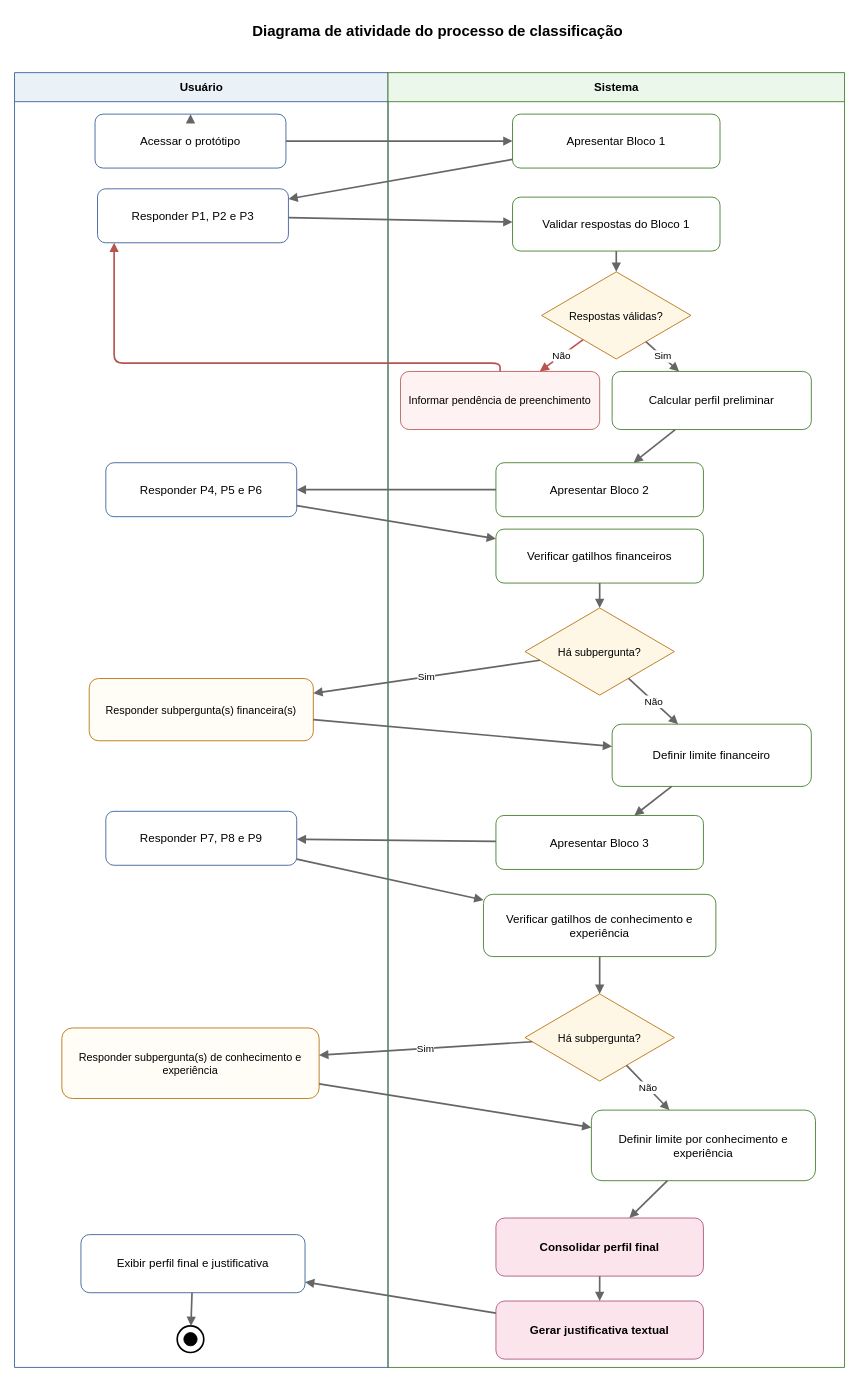
Before: docs/diagramas/figura-6-atividade.drawio in Gilleade/tcc-perfil-investidor, a draw.io diagram. Source tidied: cells renumbered, new cells numbered last; positions are measured from the earlier drawing's top-left corner, leaving out a move shared by most shapes. Both pictures are drawn from the tidied source at 83%, with x=0, y=0 at pixel (14, 14).
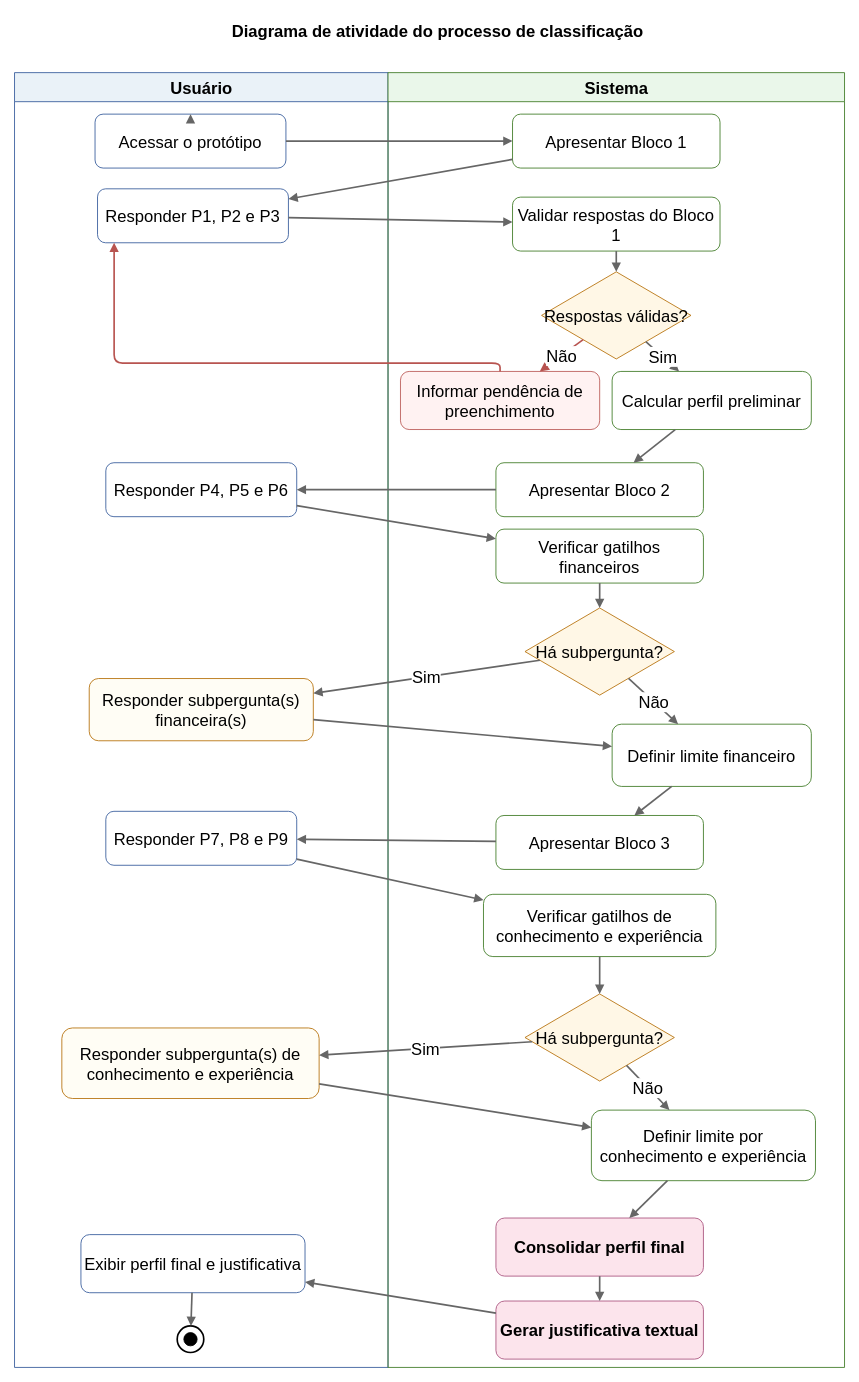
After the change.

What changed in the source:
```diff
@@
-    <mxCell id="2" value="Diagrama de atividade do processo de classificação" style="text;html=1;strokeColor=none;fillColor=none;align=center;verticalAlign=middle;whiteSpace=wrap;fontSize=18;fontStyle=1;" parent="1" vertex="1">
+    <mxCell id="2" value="Diagrama de atividade do processo de classificação" style="text;html=1;strokeColor=none;fillColor=none;align=center;verticalAlign=middle;whiteSpace=wrap;fontSize=20;fontStyle=1;" parent="1" vertex="1">
       <mxGeometry x="160" width="700" height="40" as="geometry" />
     </mxCell>
-    <mxCell id="3" value="Usuário" style="swimlane;horizontal=1;startSize=35;rounded=0;html=1;fillColor=#EAF2F8;strokeColor=#2F5597;fontStyle=1;fontSize=14;" parent="1" vertex="1">
+    <mxCell id="3" value="Usuário" style="swimlane;horizontal=1;startSize=35;rounded=0;html=1;fillColor=#EAF2F8;strokeColor=#2F5597;fontStyle=1;fontSize=20;" parent="1" vertex="1">
       <mxGeometry y="70" width="450" height="1560" as="geometry" />
     </mxCell>
@@
-    <mxCell id="5" value="Acessar o protótipo" style="rounded=1;whiteSpace=wrap;html=1;fillColor=#FFFFFF;strokeColor=#2F5597;fontSize=14;" parent="3" vertex="1">
+    <mxCell id="5" value="Acessar o protótipo" style="rounded=1;whiteSpace=wrap;html=1;fillColor=#FFFFFF;strokeColor=#2F5597;fontSize=20;" parent="3" vertex="1">
       <mxGeometry x="97" y="50" width="230" height="65" as="geometry" />
     </mxCell>
-    <mxCell id="6" value="Responder P1, P2 e P3" style="rounded=1;whiteSpace=wrap;html=1;fillColor=#FFFFFF;strokeColor=#2F5597;fontSize=14;" parent="3" vertex="1">
+    <mxCell id="6" value="Responder P1, P2 e P3" style="rounded=1;whiteSpace=wrap;html=1;fillColor=#FFFFFF;strokeColor=#2F5597;fontSize=20;" parent="3" vertex="1">
       <mxGeometry x="100" y="140" width="230" height="65" as="geometry" />
     </mxCell>
-    <mxCell id="7" value="Responder P4, P5 e P6" style="rounded=1;whiteSpace=wrap;html=1;fillColor=#FFFFFF;strokeColor=#2F5597;fontSize=14;" parent="3" vertex="1">
+    <mxCell id="7" value="Responder P4, P5 e P6" style="rounded=1;whiteSpace=wrap;html=1;fillColor=#FFFFFF;strokeColor=#2F5597;fontSize=20;" parent="3" vertex="1">
       <mxGeometry x="110" y="470" width="230" height="65" as="geometry" />
     </mxCell>
-    <mxCell id="8" value="Responder subpergunta(s) financeira(s)" style="rounded=1;whiteSpace=wrap;html=1;fillColor=#FFFDF5;strokeColor=#B36B00;fontSize=13;" parent="3" vertex="1">
+    <mxCell id="8" value="Responder subpergunta(s) financeira(s)" style="rounded=1;whiteSpace=wrap;html=1;fillColor=#FFFDF5;strokeColor=#B36B00;fontSize=20;" parent="3" vertex="1">
       <mxGeometry x="90" y="730" width="270" height="75" as="geometry" />
     </mxCell>
-    <mxCell id="9" value="Responder P7, P8 e P9" style="rounded=1;whiteSpace=wrap;html=1;fillColor=#FFFFFF;strokeColor=#2F5597;fontSize=14;" parent="3" vertex="1">
+    <mxCell id="9" value="Responder P7, P8 e P9" style="rounded=1;whiteSpace=wrap;html=1;fillColor=#FFFFFF;strokeColor=#2F5597;fontSize=20;" parent="3" vertex="1">
       <mxGeometry x="110" y="890" width="230" height="65" as="geometry" />
     </mxCell>
-    <mxCell id="10" value="Responder subpergunta(s) de conhecimento e experiência" style="rounded=1;whiteSpace=wrap;html=1;fillColor=#FFFDF5;strokeColor=#B36B00;fontSize=13;" parent="3" vertex="1">
+    <mxCell id="10" value="&lt;font style=&quot;font-size: 20px;&quot;&gt;Responder subpergunta(s) de conhecimento e experiência&lt;/font&gt;" style="rounded=1;whiteSpace=wrap;html=1;fillColor=#FFFDF5;strokeColor=#B36B00;fontSize=13;" parent="3" vertex="1">
       <mxGeometry x="57" y="1151" width="310" height="85" as="geometry" />
     </mxCell>
-    <mxCell id="11" value="Exibir perfil final e justificativa" style="rounded=1;whiteSpace=wrap;html=1;fillColor=#FFFFFF;strokeColor=#2F5597;fontSize=14;" parent="3" vertex="1">
+    <mxCell id="11" value="Exibir perfil final e justificativa" style="rounded=1;whiteSpace=wrap;html=1;fillColor=#FFFFFF;strokeColor=#2F5597;fontSize=20;" parent="3" vertex="1">
       <mxGeometry x="80" y="1400" width="270" height="70" as="geometry" />
     </mxCell>
@@
-    <mxCell id="15" value="Sistema" style="swimlane;horizontal=1;startSize=35;rounded=0;html=1;fillColor=#EAF7EA;strokeColor=#38761D;fontStyle=1;fontSize=14;" parent="1" vertex="1">
+    <mxCell id="15" value="Sistema" style="swimlane;horizontal=1;startSize=35;rounded=0;html=1;fillColor=#EAF7EA;strokeColor=#38761D;fontStyle=1;fontSize=20;" parent="1" vertex="1">
       <mxGeometry x="450" y="70" width="550" height="1560" as="geometry" />
     </mxCell>
-    <mxCell id="16" value="Apresentar Bloco 1" style="rounded=1;whiteSpace=wrap;html=1;fillColor=#FFFFFF;strokeColor=#38761D;fontSize=14;" parent="15" vertex="1">
+    <mxCell id="16" value="Apresentar Bloco 1" style="rounded=1;whiteSpace=wrap;html=1;fillColor=#FFFFFF;strokeColor=#38761D;fontSize=20;" parent="15" vertex="1">
       <mxGeometry x="150" y="50" width="250" height="65" as="geometry" />
     </mxCell>
-    <mxCell id="17" value="Validar respostas do Bloco 1" style="rounded=1;whiteSpace=wrap;html=1;fillColor=#FFFFFF;strokeColor=#38761D;fontSize=14;" parent="15" vertex="1">
+    <mxCell id="17" value="Validar respostas do Bloco 1" style="rounded=1;whiteSpace=wrap;html=1;fillColor=#FFFFFF;strokeColor=#38761D;fontSize=20;" parent="15" vertex="1">
       <mxGeometry x="150" y="150" width="250" height="65" as="geometry" />
     </mxCell>
-    <mxCell id="18" value="Respostas válidas?" style="rhombus;whiteSpace=wrap;html=1;fillColor=#FFF7E6;strokeColor=#B36B00;fontSize=13;" parent="15" vertex="1">
+    <mxCell id="18" value="Respostas válidas?" style="rhombus;whiteSpace=wrap;html=1;fillColor=#FFF7E6;strokeColor=#B36B00;fontSize=20;" parent="15" vertex="1">
       <mxGeometry x="185" y="240" width="180" height="105" as="geometry" />
     </mxCell>
-    <mxCell id="19" value="Informar pendência de preenchimento" style="rounded=1;whiteSpace=wrap;html=1;fillColor=#FFF2F2;strokeColor=#B85450;fontSize=13;" parent="15" vertex="1">
+    <mxCell id="19" value="Informar pendência de preenchimento" style="rounded=1;whiteSpace=wrap;html=1;fillColor=#FFF2F2;strokeColor=#B85450;fontSize=20;" parent="15" vertex="1">
       <mxGeometry x="15" y="360" width="240" height="70" as="geometry" />
     </mxCell>
-    <mxCell id="20" value="Calcular perfil preliminar" style="rounded=1;whiteSpace=wrap;html=1;fillColor=#FFFFFF;strokeColor=#38761D;fontSize=14;" parent="15" vertex="1">
+    <mxCell id="20" value="Calcular perfil preliminar" style="rounded=1;whiteSpace=wrap;html=1;fillColor=#FFFFFF;strokeColor=#38761D;fontSize=20;" parent="15" vertex="1">
       <mxGeometry x="270" y="360" width="240" height="70" as="geometry" />
     </mxCell>
-    <mxCell id="21" value="Apresentar Bloco 2" style="rounded=1;whiteSpace=wrap;html=1;fillColor=#FFFFFF;strokeColor=#38761D;fontSize=14;" parent="15" vertex="1">
+    <mxCell id="21" value="Apresentar Bloco 2" style="rounded=1;whiteSpace=wrap;html=1;fillColor=#FFFFFF;strokeColor=#38761D;fontSize=20;" parent="15" vertex="1">
       <mxGeometry x="130" y="470" width="250" height="65" as="geometry" />
     </mxCell>
-    <mxCell id="22" value="Verificar gatilhos de conhecimento e experiência" style="rounded=1;whiteSpace=wrap;html=1;fillColor=#FFFFFF;strokeColor=#38761D;fontSize=14;" parent="15" vertex="1">
+    <mxCell id="22" value="Verificar gatilhos de conhecimento e experiência" style="rounded=1;whiteSpace=wrap;html=1;fillColor=#FFFFFF;strokeColor=#38761D;fontSize=20;" parent="15" vertex="1">
       <mxGeometry x="115" y="990" width="280" height="75" as="geometry" />
     </mxCell>
-    <mxCell id="23" value="Verificar gatilhos financeiros" style="rounded=1;whiteSpace=wrap;html=1;fillColor=#FFFFFF;strokeColor=#38761D;fontSize=14;" parent="15" vertex="1">
+    <mxCell id="23" value="&lt;font style=&quot;font-size: 20px;&quot;&gt;Verificar gatilhos financeiros&lt;/font&gt;" style="rounded=1;whiteSpace=wrap;html=1;fillColor=#FFFFFF;strokeColor=#38761D;fontSize=14;" parent="15" vertex="1">
       <mxGeometry x="130" y="550" width="250" height="65" as="geometry" />
     </mxCell>
-    <mxCell id="24" value="Há subpergunta?" style="rhombus;whiteSpace=wrap;html=1;fillColor=#FFF7E6;strokeColor=#B36B00;fontSize=13;" parent="15" vertex="1">
+    <mxCell id="24" value="Há subpergunta?" style="rhombus;whiteSpace=wrap;html=1;fillColor=#FFF7E6;strokeColor=#B36B00;fontSize=20;" parent="15" vertex="1">
       <mxGeometry x="165" y="645" width="180" height="105" as="geometry" />
     </mxCell>
-    <mxCell id="25" value="Definir limite financeiro" style="rounded=1;whiteSpace=wrap;html=1;fillColor=#FFFFFF;strokeColor=#38761D;fontSize=14;" parent="15" vertex="1">
+    <mxCell id="25" value="&lt;font style=&quot;font-size: 20px;&quot;&gt;Definir limite financeiro&lt;/font&gt;" style="rounded=1;whiteSpace=wrap;html=1;fillColor=#FFFFFF;strokeColor=#38761D;fontSize=14;" parent="15" vertex="1">
       <mxGeometry x="270" y="785" width="240" height="75" as="geometry" />
     </mxCell>
-    <mxCell id="26" value="Apresentar Bloco 3" style="rounded=1;whiteSpace=wrap;html=1;fillColor=#FFFFFF;strokeColor=#38761D;fontSize=14;" parent="15" vertex="1">
+    <mxCell id="26" value="Apresentar Bloco 3" style="rounded=1;whiteSpace=wrap;html=1;fillColor=#FFFFFF;strokeColor=#38761D;fontSize=20;" parent="15" vertex="1">
       <mxGeometry x="130" y="895" width="250" height="65" as="geometry" />
     </mxCell>
@@
-    <mxCell id="28" value="Não" style="endArrow=block;html=1;strokeWidth=2;strokeColor=#666666;fontSize=12;" parent="15" edge="1" source="24" target="25">
+    <mxCell id="28" value="Não" style="endArrow=block;html=1;strokeWidth=2;strokeColor=#666666;fontSize=20;" parent="15" edge="1" source="24" target="25">
       <mxGeometry relative="1" as="geometry" />
     </mxCell>
@@
-    <mxCell id="30" value="Há subpergunta?" style="rhombus;whiteSpace=wrap;html=1;fillColor=#FFF7E6;strokeColor=#B36B00;fontSize=13;" parent="15" vertex="1">
+    <mxCell id="30" value="Há subpergunta?" style="rhombus;whiteSpace=wrap;html=1;fillColor=#FFF7E6;strokeColor=#B36B00;fontSize=20;" parent="15" vertex="1">
       <mxGeometry x="165" y="1110" width="180" height="105" as="geometry" />
     </mxCell>
-    <mxCell id="31" value="Definir limite por conhecimento e experiência" style="rounded=1;whiteSpace=wrap;html=1;fillColor=#FFFFFF;strokeColor=#38761D;fontSize=14;" parent="15" vertex="1">
+    <mxCell id="31" value="Definir limite por conhecimento e experiência" style="rounded=1;whiteSpace=wrap;html=1;fillColor=#FFFFFF;strokeColor=#38761D;fontSize=20;" parent="15" vertex="1">
       <mxGeometry x="245" y="1250" width="270" height="85" as="geometry" />
     </mxCell>
-    <mxCell id="32" value="Consolidar perfil final" style="rounded=1;whiteSpace=wrap;html=1;fillColor=#FCE4EC;strokeColor=#A64D79;fontSize=14;fontStyle=1;" parent="15" vertex="1">
+    <mxCell id="32" value="Consolidar perfil final" style="rounded=1;whiteSpace=wrap;html=1;fillColor=#FCE4EC;strokeColor=#A64D79;fontSize=20;fontStyle=1;" parent="15" vertex="1">
       <mxGeometry x="130" y="1380" width="250" height="70" as="geometry" />
     </mxCell>
-    <mxCell id="33" value="Gerar justificativa textual" style="rounded=1;whiteSpace=wrap;html=1;fillColor=#FCE4EC;strokeColor=#A64D79;fontSize=14;fontStyle=1;" parent="15" vertex="1">
+    <mxCell id="33" value="Gerar justificativa textual" style="rounded=1;whiteSpace=wrap;html=1;fillColor=#FCE4EC;strokeColor=#A64D79;fontSize=20;fontStyle=1;" parent="15" vertex="1">
       <mxGeometry x="130" y="1480" width="250" height="70" as="geometry" />
     </mxCell>
-    <mxCell id="34" value="Não" style="endArrow=block;html=1;strokeWidth=2;strokeColor=#666666;fontSize=12;" parent="15" edge="1" source="30" target="31">
+    <mxCell id="34" value="Não" style="endArrow=block;html=1;strokeWidth=2;strokeColor=#666666;fontSize=20;" parent="15" edge="1" source="30" target="31">
       <mxGeometry relative="1" as="geometry" />
     </mxCell>
@@
-    <mxCell id="42" value="Não" style="endArrow=block;html=1;strokeWidth=2;strokeColor=#B85450;fontSize=12;" parent="1" edge="1" source="18" target="19">
+    <mxCell id="42" value="Não" style="endArrow=block;html=1;strokeWidth=2;strokeColor=#B85450;fontSize=20;" parent="1" edge="1" source="18" target="19">
       <mxGeometry relative="1" as="geometry" />
     </mxCell>
@@
-    <mxCell id="44" value="Sim" style="endArrow=block;html=1;strokeWidth=2;strokeColor=#666666;fontSize=12;" parent="1" edge="1" source="18" target="20">
+    <mxCell id="44" value="Sim" style="endArrow=block;html=1;strokeWidth=2;strokeColor=#666666;fontSize=20;" parent="1" edge="1" source="18" target="20">
       <mxGeometry relative="1" as="geometry" />
     </mxCell>
@@
-    <mxCell id="48" value="Sim" style="endArrow=block;html=1;strokeWidth=2;strokeColor=#666666;fontSize=12;" parent="1" edge="1" source="24" target="8">
+    <mxCell id="48" value="Sim" style="endArrow=block;html=1;strokeWidth=2;strokeColor=#666666;fontSize=20;" parent="1" edge="1" source="24" target="8">
       <mxGeometry relative="1" as="geometry" />
     </mxCell>
@@
-    <mxCell id="53" value="Sim" style="endArrow=block;html=1;strokeWidth=2;strokeColor=#666666;fontSize=12;" parent="1" edge="1" source="30" target="10">
+    <mxCell id="53" value="Sim" style="endArrow=block;html=1;strokeWidth=2;strokeColor=#666666;fontSize=20;" parent="1" edge="1" source="30" target="10">
       <mxGeometry relative="1" as="geometry" />
     </mxCell>
```
